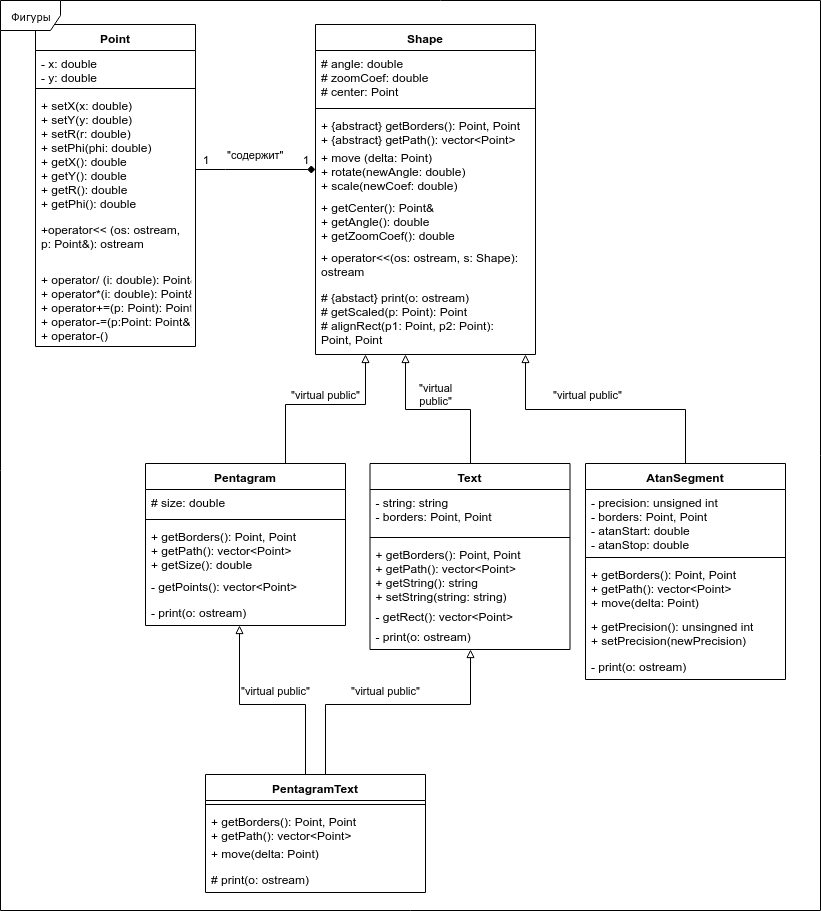
Before: L1/docs/img/classes_uml.png, a diagram exported from draw.io (SqrtMinusOne/SEM7_Software_Design). Source tidied: cells renumbered, new cells last; positions are measured from the earlier drawing's top-left corner, leaving out a move shared by most shapes.
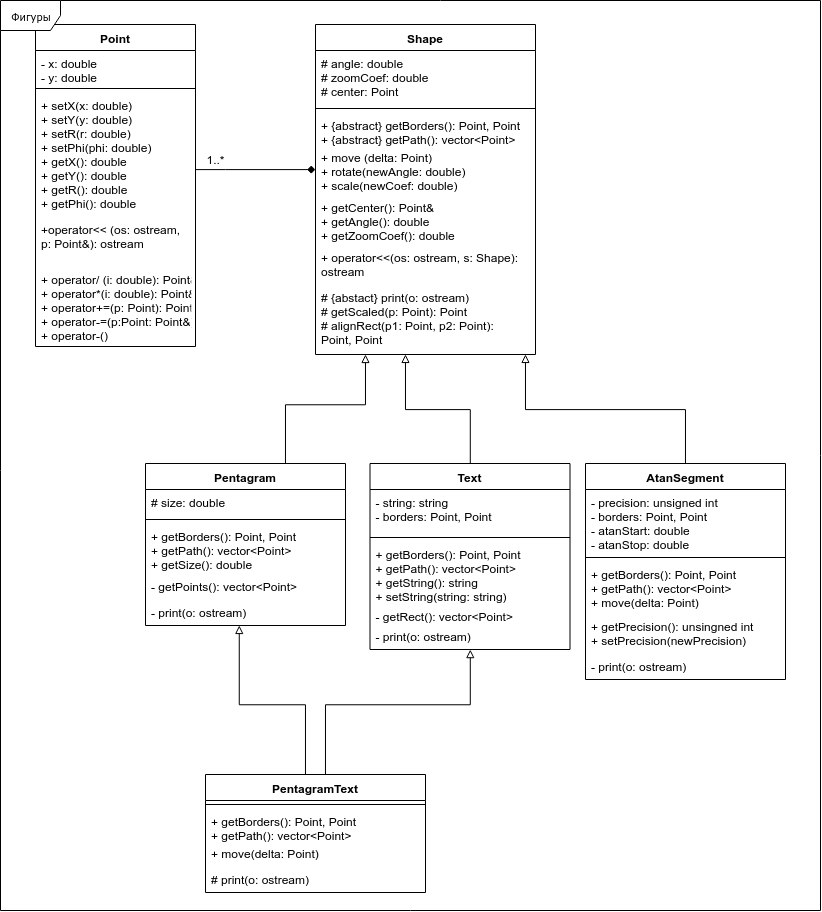
After the commit.

The edit, as a diff of the source:
```diff
@@ -44,7 +44,7 @@
     <mxCell id="15" value="# {abstact} print(o: ostream)&#10;# getScaled(p: Point): Point&#10;# alignRect(p1: Point, p2: Point): &#10;Point, Point" style="text;strokeColor=none;fillColor=none;align=left;verticalAlign=top;spacingLeft=4;spacingRight=4;overflow=hidden;points=[[0,0.5],[1,0.5]];portConstraint=eastwest;" parent="8" vertex="1">
       <mxGeometry y="260" width="220" height="70" as="geometry" />
     </mxCell>
-    <mxCell id="16" value="&quot;содержит&quot;" style="edgeStyle=orthogonalEdgeStyle;rounded=0;jettySize=auto;html=1;endArrow=diamond;endFill=1;" parent="1" edge="1" source="5" target="12">
+    <mxCell id="16" style="edgeStyle=orthogonalEdgeStyle;rounded=0;jettySize=auto;html=1;endArrow=diamond;endFill=1;" parent="1" edge="1" source="5" target="12">
       <mxGeometry y="15" relative="1" as="geometry">
         <Array as="points">
           <mxPoint x="225" y="169" />
@@ -52,13 +52,10 @@
         </Array>
       </mxGeometry>
     </mxCell>
-    <mxCell id="17" value="1" style="text;html=1;strokeColor=none;fillColor=none;align=center;verticalAlign=middle;whiteSpace=wrap;rounded=0;" parent="1" vertex="1">
-      <mxGeometry x="195" y="149" width="20" height="20" as="geometry" />
-    </mxCell>
-    <mxCell id="18" value="1" style="text;html=1;strokeColor=none;fillColor=none;align=center;verticalAlign=middle;whiteSpace=wrap;rounded=0;" parent="1" vertex="1">
-      <mxGeometry x="295" y="149" width="20" height="20" as="geometry" />
+    <mxCell id="18" value="1..*" style="text;html=1;strokeColor=none;fillColor=none;align=center;verticalAlign=middle;whiteSpace=wrap;rounded=0;" parent="1" vertex="1">
+      <mxGeometry x="205" y="149" width="20" height="20" as="geometry" />
     </mxCell>
-    <mxCell id="19" value="&quot;virtual public&quot;" style="edgeStyle=orthogonalEdgeStyle;rounded=0;jettySize=auto;html=1;endArrow=block;endFill=0;" parent="1" edge="1" source="20" target="15">
+    <mxCell id="19" style="edgeStyle=orthogonalEdgeStyle;rounded=0;jettySize=auto;html=1;endArrow=block;endFill=0;" parent="1" edge="1" source="20" target="15">
       <mxGeometry x="0.05" y="10" relative="1" as="geometry">
         <Array as="points">
           <mxPoint x="285" y="404" />
@@ -84,7 +81,7 @@
     <mxCell id="25" value="- print(o: ostream)" style="text;strokeColor=none;fillColor=none;align=left;verticalAlign=top;spacingLeft=4;spacingRight=4;overflow=hidden;points=[[0,0.5],[1,0.5]];portConstraint=eastwest;" parent="20" vertex="1">
       <mxGeometry y="136" width="200" height="26" as="geometry" />
     </mxCell>
-    <mxCell id="26" value="&quot;virtual public&quot;" style="edgeStyle=orthogonalEdgeStyle;rounded=0;jettySize=auto;html=1;endArrow=block;endFill=0;" parent="1" edge="1" source="27">
+    <mxCell id="26" style="edgeStyle=orthogonalEdgeStyle;rounded=0;jettySize=auto;html=1;endArrow=block;endFill=0;" parent="1" edge="1" source="27">
       <mxGeometry x="0.13" y="-15" relative="1" as="geometry">
         <mxPoint x="525" y="354" as="targetPoint" />
         <Array as="points">
@@ -112,7 +109,7 @@
     <mxCell id="32" value="- print(o: ostream)" style="text;strokeColor=none;fillColor=none;align=left;verticalAlign=top;spacingLeft=4;spacingRight=4;overflow=hidden;" parent="27" vertex="1">
       <mxGeometry y="190" width="200" height="26" as="geometry" />
     </mxCell>
-    <mxCell id="33" value="&quot;virtual&lt;br&gt;public&quot;" style="edgeStyle=orthogonalEdgeStyle;rounded=0;jettySize=auto;html=1;endArrow=block;endFill=0;" parent="1" edge="1" source="34">
+    <mxCell id="33" style="edgeStyle=orthogonalEdgeStyle;rounded=0;jettySize=auto;html=1;endArrow=block;endFill=0;" parent="1" edge="1" source="34">
       <mxGeometry x="0.54" y="-30" relative="1" as="geometry">
         <mxPoint x="405" y="354" as="targetPoint" />
         <Array as="points">
@@ -140,7 +137,7 @@
     <mxCell id="39" value="- print(o: ostream)" style="text;strokeColor=none;fillColor=none;align=left;verticalAlign=top;spacingLeft=4;spacingRight=4;overflow=hidden;points=[[0,0.5],[1,0.5]];portConstraint=eastwest;" parent="34" vertex="1">
       <mxGeometry y="160" width="200" height="26" as="geometry" />
     </mxCell>
-    <mxCell id="40" value="&quot;virtual public&quot;" style="edgeStyle=orthogonalEdgeStyle;rounded=0;jettySize=auto;html=1;entryX=0.469;entryY=0.987;entryDx=0;entryDy=0;entryPerimeter=0;endArrow=block;endFill=0;" parent="1" edge="1" target="25">
+    <mxCell id="40" style="edgeStyle=orthogonalEdgeStyle;rounded=0;jettySize=auto;html=1;entryX=0.469;entryY=0.987;entryDx=0;entryDy=0;entryPerimeter=0;endArrow=block;endFill=0;" parent="1" edge="1" target="25">
       <mxGeometry x="-0.35" y="33" relative="1" as="geometry">
         <mxPoint x="305" y="774" as="sourcePoint" />
         <Array as="points">
@@ -150,7 +147,7 @@
         <mxPoint x="-30" y="-47" as="offset" />
       </mxGeometry>
     </mxCell>
-    <mxCell id="41" value="&quot;virtual public&quot;" style="edgeStyle=orthogonalEdgeStyle;rounded=0;jettySize=auto;html=1;entryX=0.503;entryY=1;entryDx=0;entryDy=0;entryPerimeter=0;endArrow=block;endFill=0;" parent="1" edge="1" target="39">
+    <mxCell id="41" style="edgeStyle=orthogonalEdgeStyle;rounded=0;jettySize=auto;html=1;entryX=0.503;entryY=1;entryDx=0;entryDy=0;entryPerimeter=0;endArrow=block;endFill=0;" parent="1" edge="1" target="39">
       <mxGeometry x="-0.04" y="14" relative="1" as="geometry">
         <mxPoint x="325" y="774" as="sourcePoint" />
         <Array as="points">
```
